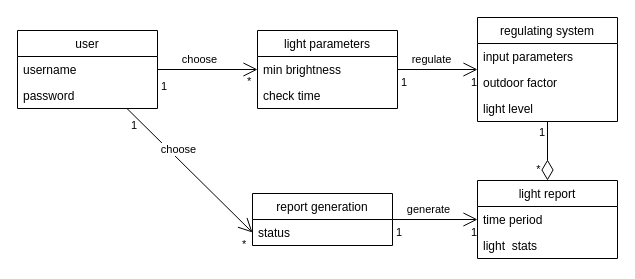
The draw.io diagram 2-SoftwareDesign/2.1-UMLConceptClasses/UML-ConceptClasses.drawio in oleksandrblazhko/ai-215-horchynskyi, before the edit. Source tidied: cells renumbered, new cells numbered last; positions are measured from the earlier drawing's top-left corner, leaving out a move shared by most shapes. Both pictures are drawn from the tidied source at 100%, with x=0, y=0 at pixel (17, 17).
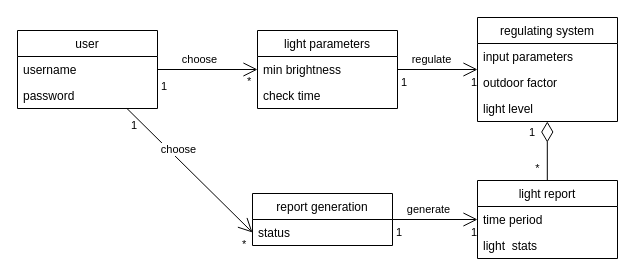
The same page after the edit.

The change refers to these unchanged cells:
```xml
<mxCell id="12" value="regulating system" style="swimlane;fontStyle=0;horizontal=1;startSize=26;fillColor=none;" parent="1" vertex="1">
  <mxGeometry x="460" width="140" height="104" as="geometry" />
</mxCell>
<mxCell id="19" value="light report" style="swimlane;fontStyle=0;horizontal=1;startSize=26;fillColor=none;" parent="1" vertex="1">
  <mxGeometry x="460" y="163" width="140" height="78" as="geometry" />
</mxCell>
```

What changed in the source:
```diff
@@
-    <mxCell id="22" style="endArrow=none;html=1;endSize=12;startArrow=diamondThin;startSize=18;startFill=0;" parent="1" edge="1" source="19" target="12">
-      <mxGeometry relative="1" as="geometry" />
+    <mxCell id="22" style="endArrow=none;html=1;endSize=12;startArrow=diamondThin;startSize=18;startFill=0;" parent="1" edge="1">
+      <mxGeometry relative="1" as="geometry">
+        <mxPoint x="529.8" y="104" as="sourcePoint" />
+        <mxPoint x="529.8" y="163" as="targetPoint" />
+      </mxGeometry>
     </mxCell>
     <mxCell id="23" value="*" style="edgeLabel;html=1;align=center;verticalAlign=middle;" parent="22" vertex="1">
       <mxGeometry x="-0.6" y="6" relative="1" as="geometry">
-        <mxPoint x="-4" as="offset" />
+        <mxPoint x="-16" y="34" as="offset" />
       </mxGeometry>
     </mxCell>
     <mxCell id="24" value="1" style="edgeLabel;html=1;align=left;verticalAlign=bottom;" parent="1" vertex="1">
-      <mxGeometry x="520" y="123" as="geometry" />
+      <mxGeometry x="510" y="123" as="geometry" />
     </mxCell>
```
